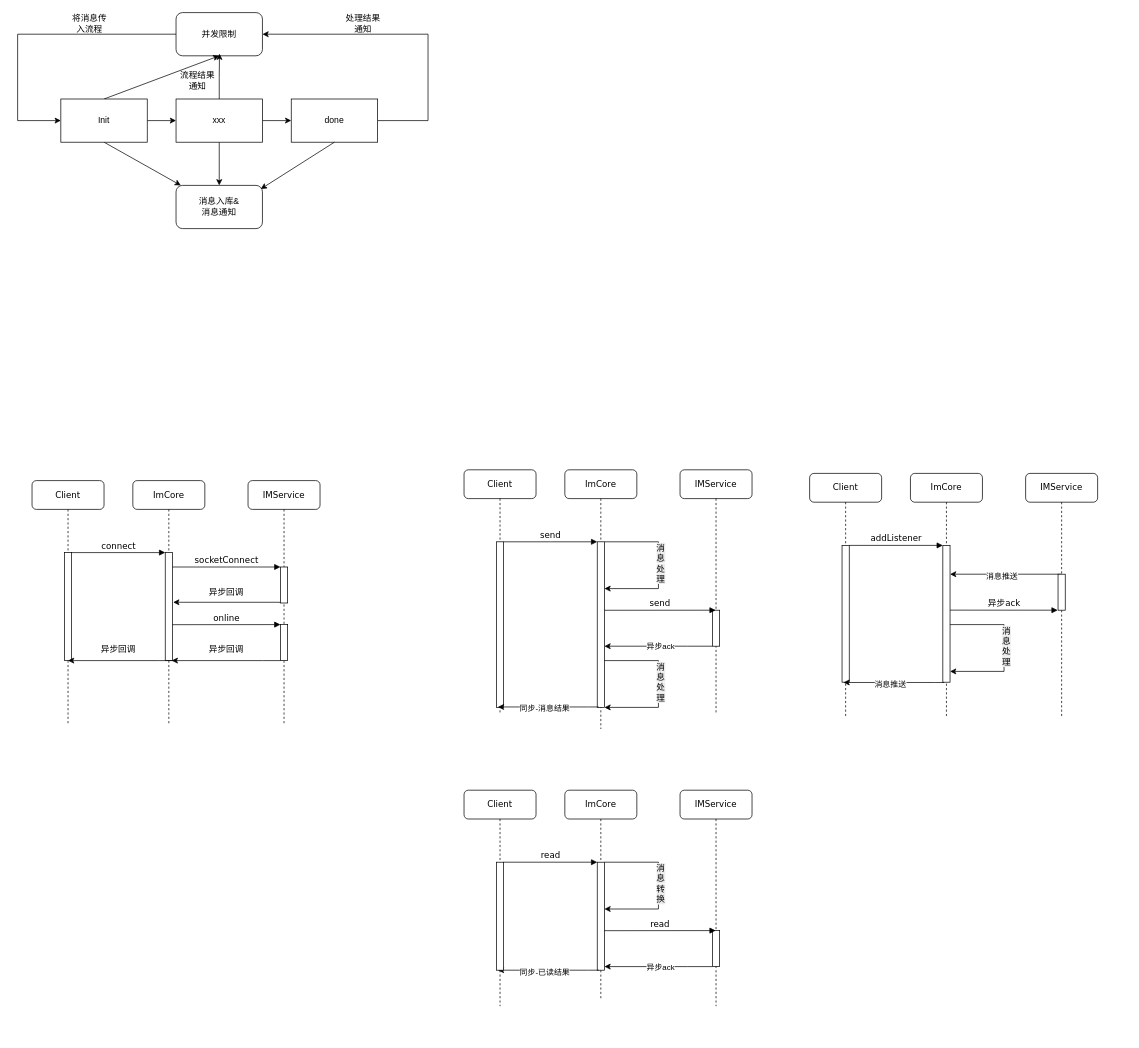
Earlier version of the draw.io diagram draw/塔影/IM剥离.drawio (Jonty1997/personal_sources). Source tidied: cells renumbered, new cells numbered last; positions are measured from the earlier drawing's top-left corner, leaving out a move shared by most shapes. Both pictures are drawn from the tidied source at 72%, with x=0, y=0 at pixel (17, 12).
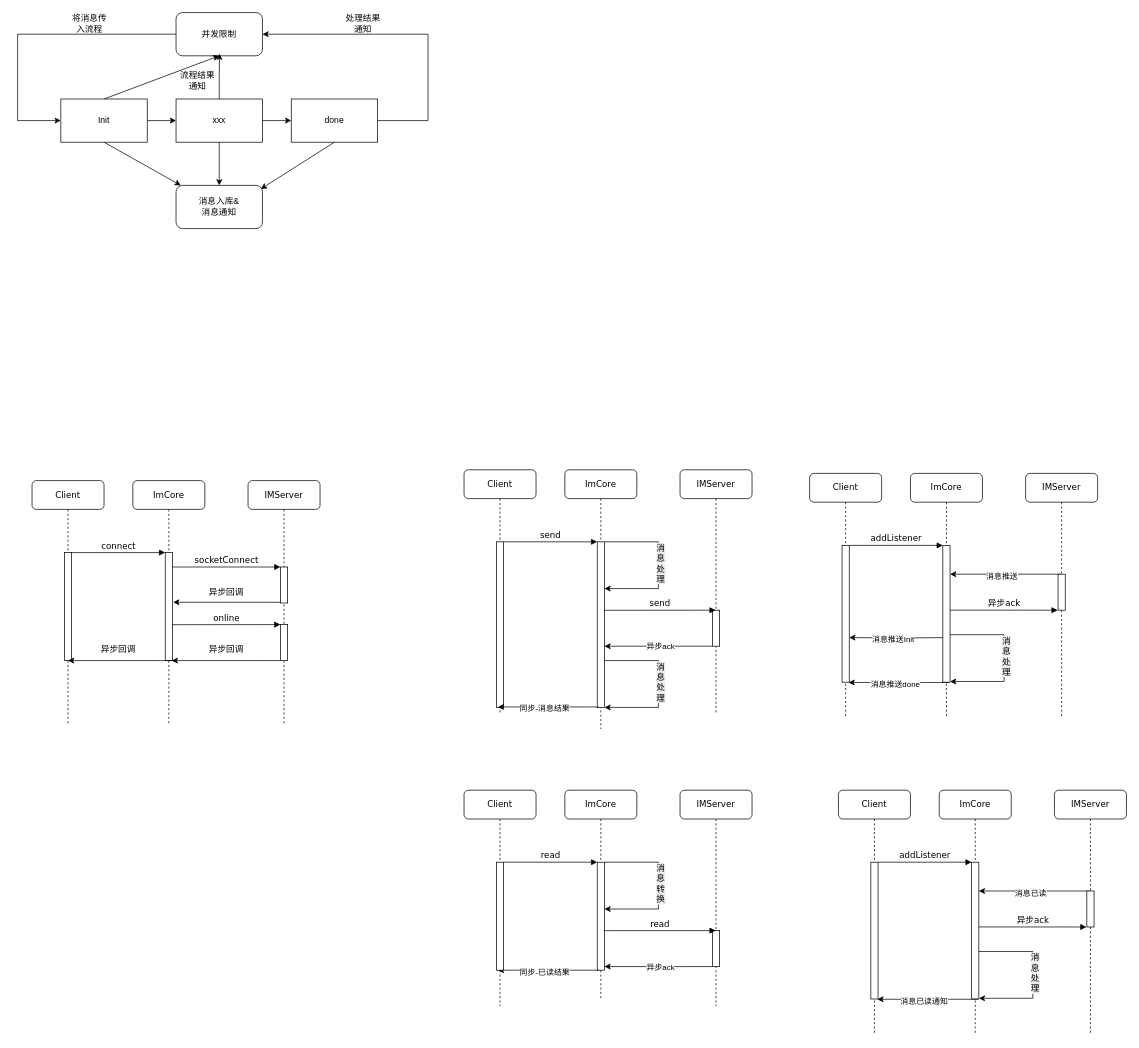
The same diagram, later.

Unchanged cells that the change refers to:
```xml
<mxCell id="51" value="ImCore" style="shape=umlLifeline;perimeter=lifelinePerimeter;whiteSpace=wrap;html=1;rounded=1;shadow=0;comic=0;labelBackgroundColor=none;strokeWidth=1;fontFamily=Verdana;fontSize=12;align=center;" parent="1" vertex="1">
  <mxGeometry x="1240" y="640" width="100" height="340" as="geometry" />
</mxCell>
<mxCell id="59" value="Client" style="shape=umlLifeline;perimeter=lifelinePerimeter;whiteSpace=wrap;html=1;rounded=1;shadow=0;comic=0;labelBackgroundColor=none;strokeWidth=1;fontFamily=Verdana;fontSize=12;align=center;" parent="1" vertex="1">
  <mxGeometry x="1100" y="640" width="100" height="340" as="geometry" />
</mxCell>
```

Diff of the diagram source:
```diff
@@
-    <mxCell id="21" value="IMService" style="shape=umlLifeline;perimeter=lifelinePerimeter;whiteSpace=wrap;html=1;rounded=1;shadow=0;comic=0;labelBackgroundColor=none;strokeWidth=1;fontFamily=Verdana;fontSize=12;align=center;" parent="1" vertex="1">
+    <mxCell id="21" value="IMServer" style="shape=umlLifeline;perimeter=lifelinePerimeter;whiteSpace=wrap;html=1;rounded=1;shadow=0;comic=0;labelBackgroundColor=none;strokeWidth=1;fontFamily=Verdana;fontSize=12;align=center;" parent="1" vertex="1">
       <mxGeometry x="320" y="650" width="100" height="340" as="geometry" />
     </mxCell>
@@
-    <mxCell id="38" value="IMService" style="shape=umlLifeline;perimeter=lifelinePerimeter;whiteSpace=wrap;html=1;rounded=1;shadow=0;comic=0;labelBackgroundColor=none;strokeWidth=1;fontFamily=Verdana;fontSize=12;align=center;" parent="1" vertex="1">
+    <mxCell id="38" value="IMServer" style="shape=umlLifeline;perimeter=lifelinePerimeter;whiteSpace=wrap;html=1;rounded=1;shadow=0;comic=0;labelBackgroundColor=none;strokeWidth=1;fontFamily=Verdana;fontSize=12;align=center;" parent="1" vertex="1">
       <mxGeometry x="920" y="635" width="100" height="340" as="geometry" />
     </mxCell>
@@
     <mxCell id="55" style="edgeStyle=orthogonalEdgeStyle;rounded=0;orthogonalLoop=1;jettySize=auto;html=1;entryX=1.024;entryY=0.432;entryDx=0;entryDy=0;entryPerimeter=0;" parent="51" edge="1">
       <mxGeometry relative="1" as="geometry">
-        <mxPoint x="55" y="210" as="sourcePoint" />
-        <mxPoint x="55" y="275" as="targetPoint" />
+        <mxPoint x="55" y="224" as="sourcePoint" />
+        <mxPoint x="55" y="289" as="targetPoint" />
         <Array as="points">
-          <mxPoint x="130" y="210" />
-          <mxPoint x="130" y="275" />
+          <mxPoint x="130" y="224" />
+          <mxPoint x="130" y="289" />
         </Array>
       </mxGeometry>
     </mxCell>
@@
-    <mxCell id="57" value="IMService" style="shape=umlLifeline;perimeter=lifelinePerimeter;whiteSpace=wrap;html=1;rounded=1;shadow=0;comic=0;labelBackgroundColor=none;strokeWidth=1;fontFamily=Verdana;fontSize=12;align=center;" parent="1" vertex="1">
+    <mxCell id="57" value="IMServer" style="shape=umlLifeline;perimeter=lifelinePerimeter;whiteSpace=wrap;html=1;rounded=1;shadow=0;comic=0;labelBackgroundColor=none;strokeWidth=1;fontFamily=Verdana;fontSize=12;align=center;" parent="1" vertex="1">
       <mxGeometry x="1400" y="640" width="100" height="340" as="geometry" />
     </mxCell>
@@
+    <mxCell id="79" style="edgeStyle=orthogonalEdgeStyle;rounded=0;orthogonalLoop=1;jettySize=auto;html=1;entryX=0.932;entryY=0.304;entryDx=0;entryDy=0;entryPerimeter=0;exitX=0.01;exitY=0.632;exitDx=0;exitDy=0;exitPerimeter=0;" parent="59" edge="1">
+      <mxGeometry relative="1" as="geometry">
+        <mxPoint x="185.1" y="228.1" as="sourcePoint" />
+        <mxPoint x="55" y="228" as="targetPoint" />
+      </mxGeometry>
+    </mxCell>
+    <mxCell id="80" value="消息推送Init" style="edgeLabel;html=1;align=center;verticalAlign=middle;" parent="79" vertex="1">
+      <mxGeometry x="0.08" y="2" relative="1" as="geometry" />
+    </mxCell>
@@
     <mxCell id="62" style="edgeStyle=orthogonalEdgeStyle;rounded=0;orthogonalLoop=1;jettySize=auto;html=1;entryX=0.932;entryY=0.304;entryDx=0;entryDy=0;entryPerimeter=0;" parent="1" edge="1">
       <mxGeometry relative="1" as="geometry">
-        <mxPoint x="1287" y="930.4" as="sourcePoint" />
-        <mxPoint x="1147" y="930.4" as="targetPoint" />
+        <mxPoint x="1294" y="930.4" as="sourcePoint" />
+        <mxPoint x="1154" y="930.4" as="targetPoint" />
         <Array as="points">
-          <mxPoint x="1273" y="930.4" />
+          <mxPoint x="1280" y="930.4" />
         </Array>
       </mxGeometry>
     </mxCell>
-    <mxCell id="63" value="消息推送" style="edgeLabel;html=1;align=center;verticalAlign=middle;" parent="62" vertex="1">
+    <mxCell id="63" value="消息推送done" style="edgeLabel;html=1;align=center;verticalAlign=middle;" parent="62" vertex="1">
       <mxGeometry x="0.08" y="2" relative="1" as="geometry" />
     </mxCell>
@@
-    <mxCell id="73" value="IMService" style="shape=umlLifeline;perimeter=lifelinePerimeter;whiteSpace=wrap;html=1;rounded=1;shadow=0;comic=0;labelBackgroundColor=none;strokeWidth=1;fontFamily=Verdana;fontSize=12;align=center;" parent="1" vertex="1">
+    <mxCell id="73" value="IMServer" style="shape=umlLifeline;perimeter=lifelinePerimeter;whiteSpace=wrap;html=1;rounded=1;shadow=0;comic=0;labelBackgroundColor=none;strokeWidth=1;fontFamily=Verdana;fontSize=12;align=center;" parent="1" vertex="1">
       <mxGeometry x="920" y="1080" width="100" height="300" as="geometry" />
     </mxCell>
@@
+    <mxCell id="81" value="ImCore" style="shape=umlLifeline;perimeter=lifelinePerimeter;whiteSpace=wrap;html=1;rounded=1;shadow=0;comic=0;labelBackgroundColor=none;strokeWidth=1;fontFamily=Verdana;fontSize=12;align=center;" parent="1" vertex="1">
+      <mxGeometry x="1280" y="1080" width="100" height="340" as="geometry" />
+    </mxCell>
+    <mxCell id="82" style="html=1;points=[];perimeter=orthogonalPerimeter;rounded=0;shadow=0;comic=0;labelBackgroundColor=none;strokeWidth=1;fontFamily=Verdana;fontSize=12;align=center;" parent="81" vertex="1">
+      <mxGeometry x="45" y="100" width="10" height="190" as="geometry" />
+    </mxCell>
+    <mxCell id="83" style="edgeStyle=orthogonalEdgeStyle;rounded=0;orthogonalLoop=1;jettySize=auto;html=1;" parent="81" edge="1">
+      <mxGeometry relative="1" as="geometry">
+        <mxPoint x="210" y="140" as="sourcePoint" />
+        <mxPoint x="55" y="140" as="targetPoint" />
+        <Array as="points">
+          <mxPoint x="125" y="140" />
+          <mxPoint x="125" y="140" />
+        </Array>
+      </mxGeometry>
+    </mxCell>
+    <mxCell id="84" value="消息已读" style="edgeLabel;html=1;align=center;verticalAlign=middle;" parent="83" vertex="1">
+      <mxGeometry x="0.08" y="2" relative="1" as="geometry" />
+    </mxCell>
+    <mxCell id="85" style="edgeStyle=orthogonalEdgeStyle;rounded=0;orthogonalLoop=1;jettySize=auto;html=1;entryX=1.024;entryY=0.432;entryDx=0;entryDy=0;entryPerimeter=0;" parent="81" edge="1">
+      <mxGeometry relative="1" as="geometry">
+        <mxPoint x="55" y="224" as="sourcePoint" />
+        <mxPoint x="55" y="289" as="targetPoint" />
+        <Array as="points">
+          <mxPoint x="130" y="224" />
+          <mxPoint x="130" y="289" />
+        </Array>
+      </mxGeometry>
+    </mxCell>
+    <mxCell id="86" value="&lt;span style=&quot;font-size: 12px; text-wrap-mode: wrap; background-color: rgb(236, 236, 236);&quot;&gt;消息处理&lt;/span&gt;" style="edgeLabel;html=1;align=center;verticalAlign=middle;" parent="85" vertex="1">
+      <mxGeometry x="-0.03" y="2" relative="1" as="geometry" />
+    </mxCell>
+    <mxCell id="87" value="IMServer" style="shape=umlLifeline;perimeter=lifelinePerimeter;whiteSpace=wrap;html=1;rounded=1;shadow=0;comic=0;labelBackgroundColor=none;strokeWidth=1;fontFamily=Verdana;fontSize=12;align=center;" parent="1" vertex="1">
+      <mxGeometry x="1440" y="1080" width="100" height="340" as="geometry" />
+    </mxCell>
+    <mxCell id="88" style="html=1;perimeter=orthogonalPerimeter;rounded=0;shadow=0;comic=0;labelBackgroundColor=none;strokeWidth=1;fontFamily=Verdana;fontSize=12;align=center;" parent="87" vertex="1">
+      <mxGeometry x="45" y="140" width="10" height="50" as="geometry" />
+    </mxCell>
+    <mxCell id="89" value="Client" style="shape=umlLifeline;perimeter=lifelinePerimeter;whiteSpace=wrap;html=1;rounded=1;shadow=0;comic=0;labelBackgroundColor=none;strokeWidth=1;fontFamily=Verdana;fontSize=12;align=center;" parent="1" vertex="1">
+      <mxGeometry x="1140" y="1080" width="100" height="340" as="geometry" />
+    </mxCell>
+    <mxCell id="90" style="html=1;points=[];perimeter=orthogonalPerimeter;rounded=0;shadow=0;comic=0;labelBackgroundColor=none;strokeWidth=1;fontFamily=Verdana;fontSize=12;align=center;" parent="89" vertex="1">
+      <mxGeometry x="45" y="100" width="10" height="190" as="geometry" />
+    </mxCell>
+    <mxCell id="91" value="addListener" style="html=1;verticalAlign=bottom;endArrow=block;entryX=0;entryY=0;labelBackgroundColor=none;fontFamily=Verdana;fontSize=12;edgeStyle=elbowEdgeStyle;elbow=vertical;rounded=0;" parent="1" edge="1" source="90" target="82">
+      <mxGeometry relative="1" as="geometry" />
+    </mxCell>
+    <mxCell id="92" style="edgeStyle=orthogonalEdgeStyle;rounded=0;orthogonalLoop=1;jettySize=auto;html=1;entryX=0.932;entryY=0.304;entryDx=0;entryDy=0;entryPerimeter=0;" parent="1" edge="1">
+      <mxGeometry relative="1" as="geometry">
+        <mxPoint x="1334" y="1370.4" as="sourcePoint" />
+        <mxPoint x="1194" y="1370.4" as="targetPoint" />
+        <Array as="points">
+          <mxPoint x="1320" y="1370.4" />
+        </Array>
+      </mxGeometry>
+    </mxCell>
+    <mxCell id="93" value="消息已读通知" style="edgeLabel;html=1;align=center;verticalAlign=middle;" parent="92" vertex="1">
+      <mxGeometry x="0.08" y="2" relative="1" as="geometry" />
+    </mxCell>
+    <mxCell id="94" value="异步ack" style="html=1;verticalAlign=bottom;endArrow=block;labelBackgroundColor=none;fontFamily=Verdana;fontSize=12;edgeStyle=elbowEdgeStyle;elbow=vertical;rounded=0;exitX=1.5;exitY=0.391;exitDx=0;exitDy=0;exitPerimeter=0;" parent="1" edge="1">
+      <mxGeometry relative="1" as="geometry">
+        <mxPoint x="1335" y="1269.9" as="sourcePoint" />
+        <mxPoint x="1484.5" y="1269.9" as="targetPoint" />
+      </mxGeometry>
+    </mxCell>
```
